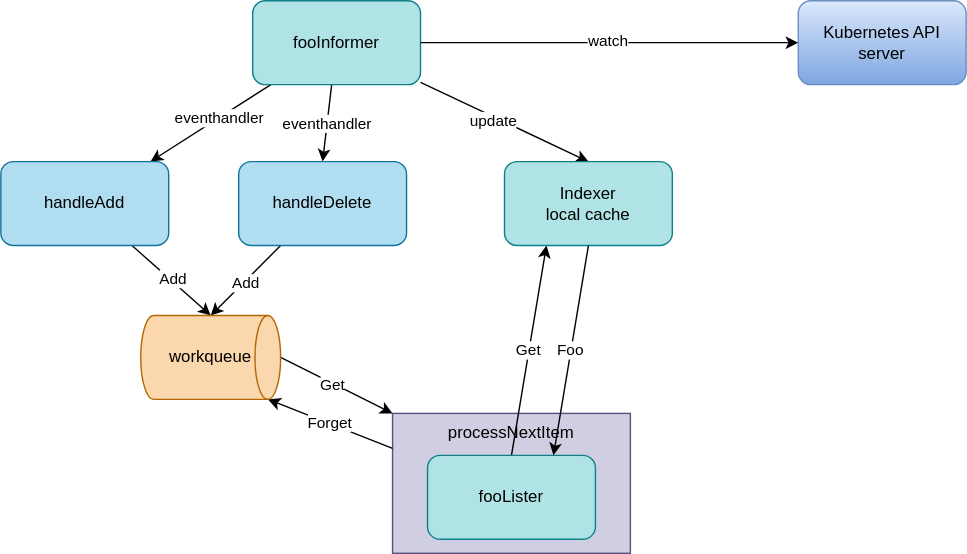
nakamasato/sample-controller keeps this draw.io diagram as docs/content/docs/05-implement-reconciliation-loop/overview-2.drawio.svg. Above is the earlier version. Source tidied: cells renumbered, new cells last; positions are measured from the earlier drawing's top-left corner, leaving out a move shared by most shapes.
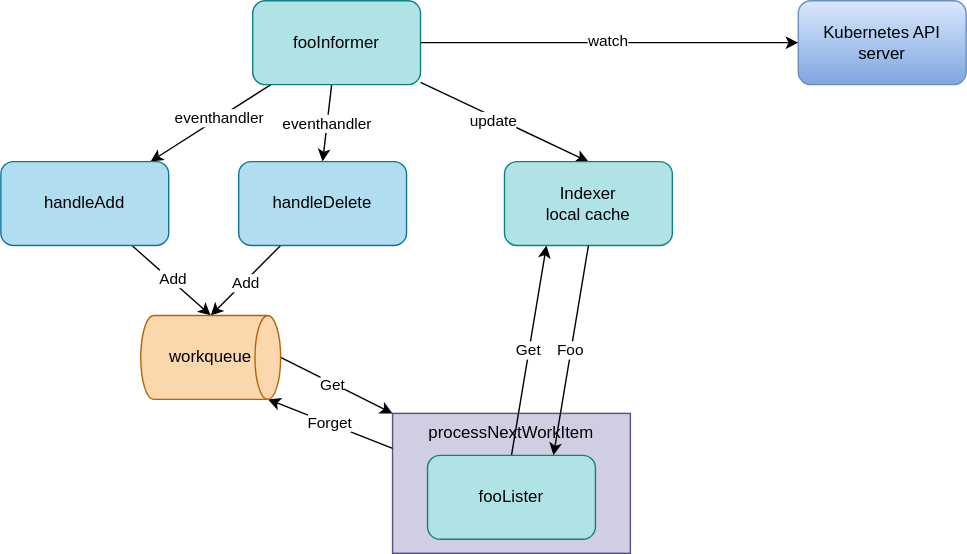
Later version of the same file.

The edit, as a diff of the source:
```diff
@@ -2,7 +2,7 @@
   <root>
     <mxCell id="0" />
     <mxCell id="1" parent="0" />
-    <mxCell id="2" value="processNextItem" style="rounded=0;whiteSpace=wrap;html=1;verticalAlign=top;fillColor=#d0cee2;strokeColor=#56517e;" parent="1" vertex="1">
+    <mxCell id="2" value="processNextWorkItem" style="rounded=0;whiteSpace=wrap;html=1;verticalAlign=top;fillColor=#d0cee2;strokeColor=#56517e;" parent="1" vertex="1">
       <mxGeometry x="280" y="295" width="170" height="100" as="geometry" />
     </mxCell>
     <mxCell id="3" value="Kubernetes API server" style="rounded=1;whiteSpace=wrap;html=1;fillColor=#dae8fc;strokeColor=#6c8ebf;gradientColor=#7ea6e0;" parent="1" vertex="1">
```
